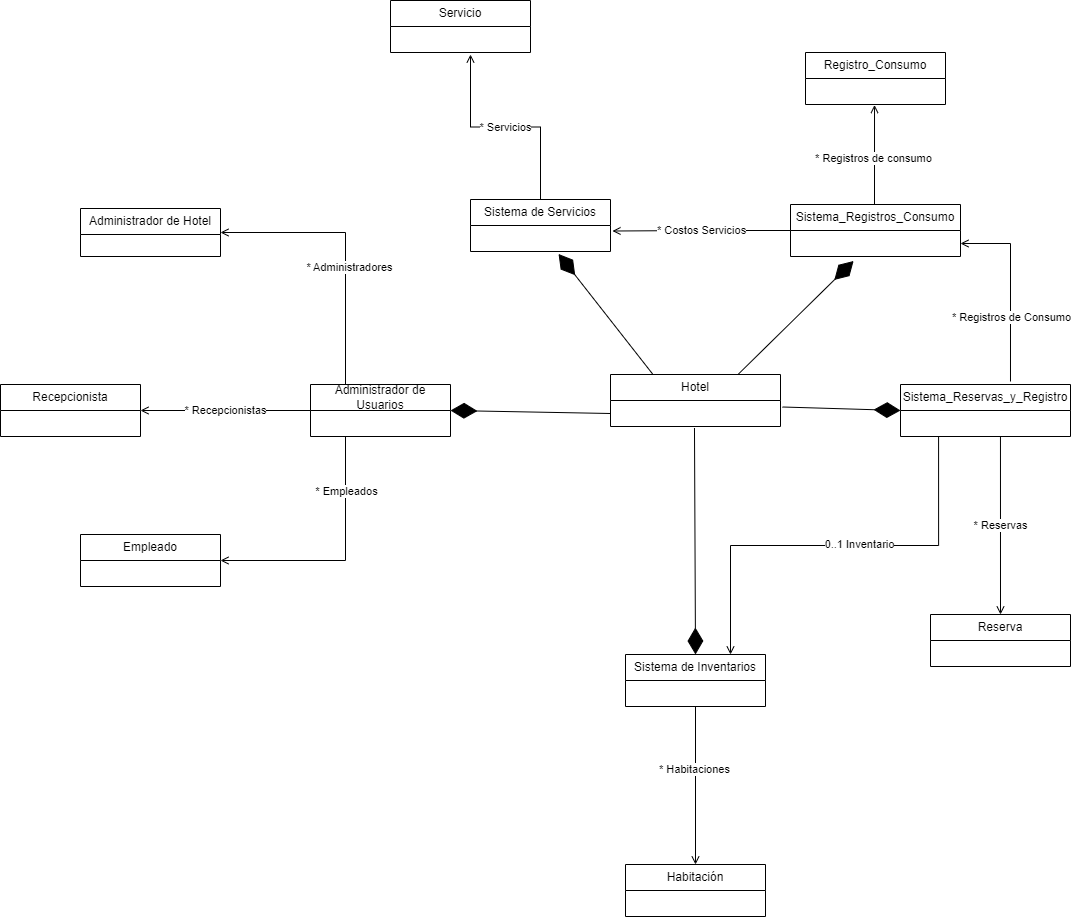
Before: Entrega 2/Diagrama de alto nivel Iteración 2.drawio.png, a diagram exported from draw.io (DPOO-ISIS1226-04-GRUPO01/Proyecto-1). Source tidied: cells renumbered, new cells last; positions are measured from the earlier drawing's top-left corner, leaving out a move shared by most shapes. The source it was exported from:
```xml
<mxGraphModel>
  <root>
    <mxCell id="0" />
    <mxCell id="1" parent="0" />
    <mxCell id="2" value="Hotel" style="swimlane;fontStyle=0;horizontal=1;startSize=26;fillColor=none;whiteSpace=wrap;html=1;" parent="1" vertex="1">
      <mxGeometry x="610" y="374" width="170" height="52" as="geometry" />
    </mxCell>
    <mxCell id="3" value="* Servicios" style="edgeStyle=orthogonalEdgeStyle;rounded=0;jettySize=auto;html=1;exitX=0.5;exitY=0;exitDx=0;exitDy=0;endArrow=open;endFill=0;" parent="1" edge="1" source="4">
      <mxGeometry relative="1" as="geometry">
        <mxPoint x="470" y="54" as="targetPoint" />
      </mxGeometry>
    </mxCell>
    <mxCell id="4" value="Sistema de Servicios" style="swimlane;fontStyle=0;horizontal=1;startSize=26;fillColor=none;whiteSpace=wrap;html=1;" parent="1" vertex="1">
      <mxGeometry x="470" y="199" width="140" height="52" as="geometry" />
    </mxCell>
    <mxCell id="5" value="Sistema de Inventarios" style="swimlane;fontStyle=0;horizontal=1;startSize=26;fillColor=none;whiteSpace=wrap;html=1;" parent="1" vertex="1">
      <mxGeometry x="625" y="654" width="140" height="52" as="geometry" />
    </mxCell>
    <mxCell id="6" value="&lt;br&gt;" style="text;strokeColor=none;fillColor=none;align=left;verticalAlign=top;spacingLeft=4;spacingRight=4;overflow=hidden;points=[[0,0.5],[1,0.5]];portConstraint=eastwest;whiteSpace=wrap;html=1;" parent="5" vertex="1">
      <mxGeometry y="26" width="140" height="26" as="geometry" />
    </mxCell>
    <mxCell id="7" style="edgeStyle=orthogonalEdgeStyle;rounded=0;jettySize=auto;html=1;exitX=0.5;exitY=0;exitDx=0;exitDy=0;entryX=0.493;entryY=1.019;entryDx=0;entryDy=0;entryPerimeter=0;endArrow=open;endFill=0;" parent="1" edge="1" source="10" target="20">
      <mxGeometry relative="1" as="geometry">
        <Array as="points">
          <mxPoint x="874" y="204" />
        </Array>
      </mxGeometry>
    </mxCell>
    <mxCell id="8" value="* Registros de consumo" style="edgeLabel;html=1;align=center;verticalAlign=middle;" parent="7" vertex="1">
      <mxGeometry x="-0.05" y="2" relative="1" as="geometry" />
    </mxCell>
    <mxCell id="9" value="* Costos Servicios" style="edgeStyle=orthogonalEdgeStyle;rounded=0;jettySize=auto;html=1;exitX=0;exitY=0.5;exitDx=0;exitDy=0;entryX=1.014;entryY=0.212;entryDx=0;entryDy=0;entryPerimeter=0;endArrow=open;endFill=0;" parent="1" edge="1" source="10">
      <mxGeometry relative="1" as="geometry">
        <mxPoint x="612" y="230.5" as="targetPoint" />
      </mxGeometry>
    </mxCell>
    <mxCell id="10" value="Sistema_Registros_Consumo" style="swimlane;fontStyle=0;horizontal=1;startSize=26;fillColor=none;whiteSpace=wrap;html=1;" parent="1" vertex="1">
      <mxGeometry x="790" y="204" width="170" height="52" as="geometry" />
    </mxCell>
    <mxCell id="11" value="&lt;br&gt;" style="text;strokeColor=none;fillColor=none;align=left;verticalAlign=top;spacingLeft=4;spacingRight=4;overflow=hidden;points=[[0,0.5],[1,0.5]];portConstraint=eastwest;whiteSpace=wrap;html=1;" parent="10" vertex="1">
      <mxGeometry y="26" width="170" height="26" as="geometry" />
    </mxCell>
    <mxCell id="12" value="Sistema_Reservas_y_Registro" style="swimlane;fontStyle=0;horizontal=1;startSize=26;fillColor=none;whiteSpace=wrap;html=1;" parent="1" vertex="1">
      <mxGeometry x="900" y="384" width="170" height="52" as="geometry" />
    </mxCell>
    <mxCell id="13" value="&lt;br&gt;" style="text;strokeColor=none;fillColor=none;align=left;verticalAlign=top;spacingLeft=4;spacingRight=4;overflow=hidden;points=[[0,0.5],[1,0.5]];portConstraint=eastwest;whiteSpace=wrap;html=1;" parent="12" vertex="1">
      <mxGeometry y="26" width="170" height="26" as="geometry" />
    </mxCell>
    <mxCell id="14" style="endArrow=diamondThin;endFill=1;endSize=24;html=1;rounded=0;exitX=0.75;exitY=0;exitDx=0;exitDy=0;entryX=0.371;entryY=1.173;entryDx=0;entryDy=0;entryPerimeter=0;" parent="1" edge="1" source="2" target="11">
      <mxGeometry relative="1" as="geometry" />
    </mxCell>
    <mxCell id="15" style="endArrow=diamondThin;endFill=1;endSize=24;html=1;rounded=0;exitX=0.25;exitY=0;exitDx=0;exitDy=0;entryX=0.629;entryY=1.096;entryDx=0;entryDy=0;entryPerimeter=0;" parent="1" edge="1" source="2">
      <mxGeometry relative="1" as="geometry">
        <mxPoint x="558.1" y="253.5" as="targetPoint" />
      </mxGeometry>
    </mxCell>
    <mxCell id="16" style="endArrow=diamondThin;endFill=1;endSize=24;html=1;rounded=0;exitX=0;exitY=0.5;exitDx=0;exitDy=0;entryX=1;entryY=0.5;entryDx=0;entryDy=0;" parent="1" edge="1" target="39">
      <mxGeometry relative="1" as="geometry">
        <mxPoint x="610" y="413" as="sourcePoint" />
      </mxGeometry>
    </mxCell>
    <mxCell id="17" style="endArrow=diamondThin;endFill=1;endSize=24;html=1;rounded=0;exitX=0.494;exitY=1.058;exitDx=0;exitDy=0;entryX=0.5;entryY=0;entryDx=0;entryDy=0;exitPerimeter=0;" parent="1" edge="1" target="5">
      <mxGeometry relative="1" as="geometry">
        <mxPoint x="694" y="427.5" as="sourcePoint" />
      </mxGeometry>
    </mxCell>
    <mxCell id="18" style="endArrow=diamondThin;endFill=1;endSize=24;html=1;rounded=0;exitX=1.012;exitY=0.25;exitDx=0;exitDy=0;entryX=0;entryY=0.5;entryDx=0;entryDy=0;exitPerimeter=0;" parent="1" edge="1" target="12">
      <mxGeometry relative="1" as="geometry">
        <mxPoint x="782" y="406.5" as="sourcePoint" />
      </mxGeometry>
    </mxCell>
    <mxCell id="19" value="Registro_Consumo" style="swimlane;fontStyle=0;horizontal=1;startSize=26;fillColor=none;whiteSpace=wrap;html=1;" parent="1" vertex="1">
      <mxGeometry x="805" y="52" width="140" height="52" as="geometry" />
    </mxCell>
    <mxCell id="20" value="&lt;br&gt;" style="text;strokeColor=none;fillColor=none;align=left;verticalAlign=top;spacingLeft=4;spacingRight=4;overflow=hidden;points=[[0,0.5],[1,0.5]];portConstraint=eastwest;whiteSpace=wrap;html=1;" parent="19" vertex="1">
      <mxGeometry y="26" width="140" height="26" as="geometry" />
    </mxCell>
    <mxCell id="21" value="Reserva" style="swimlane;fontStyle=0;horizontal=1;startSize=26;fillColor=none;whiteSpace=wrap;html=1;" parent="1" vertex="1">
      <mxGeometry x="930" y="614" width="140" height="52" as="geometry" />
    </mxCell>
    <mxCell id="22" value="&lt;br&gt;" style="text;strokeColor=none;fillColor=none;align=left;verticalAlign=top;spacingLeft=4;spacingRight=4;overflow=hidden;whiteSpace=wrap;html=1;" parent="21" vertex="1">
      <mxGeometry y="26" width="140" height="26" as="geometry" />
    </mxCell>
    <mxCell id="23" value="* Reservas" style="edgeStyle=orthogonalEdgeStyle;rounded=0;jettySize=auto;html=1;exitX=0.588;exitY=1.019;exitDx=0;exitDy=0;entryX=0.5;entryY=0;entryDx=0;entryDy=0;exitPerimeter=0;endArrow=open;endFill=0;" parent="1" edge="1" source="13" target="21">
      <mxGeometry relative="1" as="geometry" />
    </mxCell>
    <mxCell id="24" value="Habitación" style="swimlane;fontStyle=0;horizontal=1;startSize=26;fillColor=none;whiteSpace=wrap;html=1;" parent="1" vertex="1">
      <mxGeometry x="625" y="864" width="140" height="52" as="geometry" />
    </mxCell>
    <mxCell id="25" value="&lt;br&gt;" style="text;strokeColor=none;fillColor=none;align=left;verticalAlign=top;spacingLeft=4;spacingRight=4;overflow=hidden;whiteSpace=wrap;html=1;" parent="24" vertex="1">
      <mxGeometry y="26" width="140" height="26" as="geometry" />
    </mxCell>
    <mxCell id="26" style="edgeStyle=orthogonalEdgeStyle;rounded=0;jettySize=auto;html=1;exitX=0.5;exitY=0.981;exitDx=0;exitDy=0;exitPerimeter=0;endArrow=open;endFill=0;" parent="1" edge="1" source="6">
      <mxGeometry relative="1" as="geometry">
        <mxPoint x="695" y="864" as="targetPoint" />
      </mxGeometry>
    </mxCell>
    <mxCell id="27" value="* Habitaciones" style="edgeLabel;html=1;align=center;verticalAlign=middle;" parent="26" vertex="1">
      <mxGeometry x="-0.21" y="-2" relative="1" as="geometry" />
    </mxCell>
    <mxCell id="28" value="Servicio" style="swimlane;fontStyle=0;horizontal=1;startSize=26;fillColor=none;whiteSpace=wrap;html=1;" parent="1" vertex="1">
      <mxGeometry x="390" width="140" height="52" as="geometry" />
    </mxCell>
    <mxCell id="29" value="&lt;br&gt;" style="text;strokeColor=none;fillColor=none;align=left;verticalAlign=top;spacingLeft=4;spacingRight=4;overflow=hidden;whiteSpace=wrap;html=1;" parent="28" vertex="1">
      <mxGeometry y="26" width="140" height="26" as="geometry" />
    </mxCell>
    <mxCell id="30" style="edgeStyle=orthogonalEdgeStyle;rounded=0;jettySize=auto;html=1;exitX=0.647;exitY=-0.058;exitDx=0;exitDy=0;entryX=1;entryY=0.5;entryDx=0;entryDy=0;exitPerimeter=0;endArrow=open;endFill=0;" parent="1" edge="1" source="12" target="11">
      <mxGeometry relative="1" as="geometry" />
    </mxCell>
    <mxCell id="31" value="* Registros de Consumo" style="edgeLabel;html=1;align=center;verticalAlign=middle;" parent="30" vertex="1">
      <mxGeometry x="-0.32" y="-1" relative="1" as="geometry" />
    </mxCell>
    <mxCell id="32" style="edgeStyle=orthogonalEdgeStyle;rounded=0;jettySize=auto;html=1;exitX=0.224;exitY=1.019;exitDx=0;exitDy=0;entryX=0.75;entryY=0;entryDx=0;entryDy=0;exitPerimeter=0;endArrow=open;endFill=0;" parent="1" edge="1" source="13" target="5">
      <mxGeometry relative="1" as="geometry" />
    </mxCell>
    <mxCell id="33" value="0..1 Inventario" style="edgeLabel;html=1;align=center;verticalAlign=middle;" parent="32" vertex="1">
      <mxGeometry x="-0.12" y="-3" relative="1" as="geometry">
        <mxPoint y="1" as="offset" />
      </mxGeometry>
    </mxCell>
    <mxCell id="34" style="edgeStyle=orthogonalEdgeStyle;rounded=0;jettySize=auto;html=1;exitX=0.25;exitY=0;exitDx=0;exitDy=0;entryX=1;entryY=0.5;entryDx=0;entryDy=0;endArrow=open;endFill=0;" parent="1" edge="1" source="39" target="41">
      <mxGeometry relative="1" as="geometry" />
    </mxCell>
    <mxCell id="35" value="* Administradores" style="edgeLabel;html=1;align=center;verticalAlign=middle;" parent="34" vertex="1">
      <mxGeometry x="-0.15" y="-3" relative="1" as="geometry" />
    </mxCell>
    <mxCell id="36" value="* Recepcionistas" style="edgeStyle=orthogonalEdgeStyle;rounded=0;jettySize=auto;html=1;exitX=0;exitY=0.5;exitDx=0;exitDy=0;entryX=1;entryY=0.5;entryDx=0;entryDy=0;endArrow=open;endFill=0;" parent="1" edge="1" source="39" target="42">
      <mxGeometry relative="1" as="geometry" />
    </mxCell>
    <mxCell id="37" style="edgeStyle=orthogonalEdgeStyle;rounded=0;jettySize=auto;html=1;exitX=0.25;exitY=1;exitDx=0;exitDy=0;entryX=1;entryY=0.5;entryDx=0;entryDy=0;endArrow=open;endFill=0;" parent="1" edge="1" source="39" target="40">
      <mxGeometry relative="1" as="geometry" />
    </mxCell>
    <mxCell id="38" value="* Empleados" style="edgeLabel;html=1;align=center;verticalAlign=middle;" parent="37" vertex="1">
      <mxGeometry x="-0.57" relative="1" as="geometry" />
    </mxCell>
    <mxCell id="39" value="Administrador de Usuarios" style="swimlane;fontStyle=0;horizontal=1;startSize=26;fillColor=none;whiteSpace=wrap;html=1;" parent="1" vertex="1">
      <mxGeometry x="310" y="384" width="140" height="52" as="geometry" />
    </mxCell>
    <mxCell id="40" value="Empleado" style="swimlane;fontStyle=0;horizontal=1;startSize=26;fillColor=none;whiteSpace=wrap;html=1;" parent="1" vertex="1">
      <mxGeometry x="80" y="534" width="140" height="52" as="geometry" />
    </mxCell>
    <mxCell id="41" value="Administrador de Hotel" style="swimlane;fontStyle=0;horizontal=1;startSize=26;fillColor=none;whiteSpace=wrap;html=1;" parent="1" vertex="1">
      <mxGeometry x="80" y="208" width="140" height="48" as="geometry" />
    </mxCell>
    <mxCell id="42" value="Recepcionista" style="swimlane;fontStyle=0;horizontal=1;startSize=26;fillColor=none;whiteSpace=wrap;html=1;" parent="1" vertex="1">
      <mxGeometry y="384" width="140" height="52" as="geometry" />
    </mxCell>
  </root>
</mxGraphModel>
```
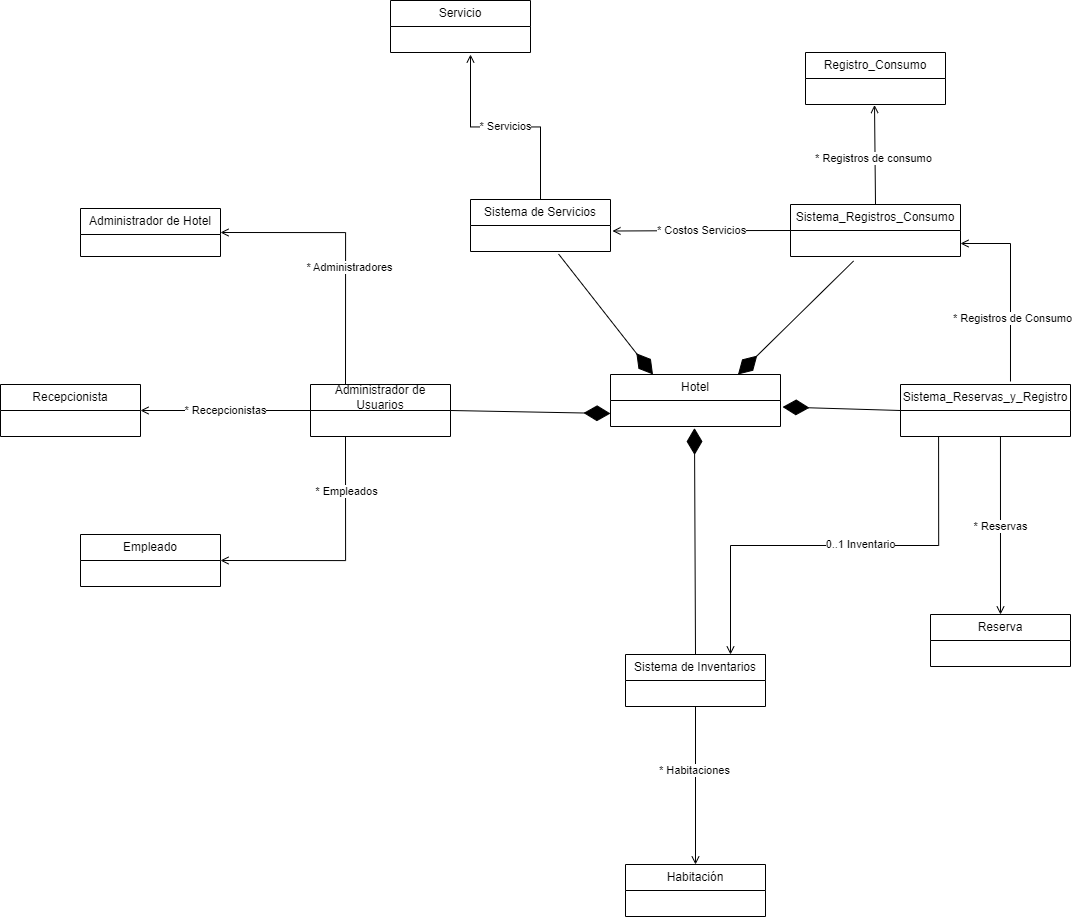
The same diagram one commit later.

What changed in the source:
```diff
@@ -46,27 +46,24 @@
     <mxCell id="13" value="&lt;br&gt;" style="text;strokeColor=none;fillColor=none;align=left;verticalAlign=top;spacingLeft=4;spacingRight=4;overflow=hidden;points=[[0,0.5],[1,0.5]];portConstraint=eastwest;whiteSpace=wrap;html=1;" parent="12" vertex="1">
       <mxGeometry y="26" width="170" height="26" as="geometry" />
     </mxCell>
-    <mxCell id="14" style="endArrow=diamondThin;endFill=1;endSize=24;html=1;rounded=0;exitX=0.75;exitY=0;exitDx=0;exitDy=0;entryX=0.371;entryY=1.173;entryDx=0;entryDy=0;entryPerimeter=0;" parent="1" edge="1" source="2" target="11">
-      <mxGeometry relative="1" as="geometry" />
-    </mxCell>
-    <mxCell id="15" style="endArrow=diamondThin;endFill=1;endSize=24;html=1;rounded=0;exitX=0.25;exitY=0;exitDx=0;exitDy=0;entryX=0.629;entryY=1.096;entryDx=0;entryDy=0;entryPerimeter=0;" parent="1" edge="1" source="2">
+    <mxCell id="15" style="endArrow=diamondThin;endFill=1;endSize=24;html=1;rounded=0;exitX=0.25;exitY=0;exitDx=0;exitDy=0;entryX=0.25;entryY=0;entryDx=0;entryDy=0;" parent="1" edge="1" target="2">
       <mxGeometry relative="1" as="geometry">
-        <mxPoint x="558.1" y="253.5" as="targetPoint" />
+        <mxPoint x="558.1" y="253.5" as="sourcePoint" />
       </mxGeometry>
     </mxCell>
-    <mxCell id="16" style="endArrow=diamondThin;endFill=1;endSize=24;html=1;rounded=0;exitX=0;exitY=0.5;exitDx=0;exitDy=0;entryX=1;entryY=0.5;entryDx=0;entryDy=0;" parent="1" edge="1" target="39">
+    <mxCell id="16" style="endArrow=diamondThin;endFill=1;endSize=24;html=1;rounded=0;exitX=1;exitY=0.5;exitDx=0;exitDy=0;entryX=1;entryY=0.5;entryDx=0;entryDy=0;" parent="1" edge="1" source="39">
       <mxGeometry relative="1" as="geometry">
-        <mxPoint x="610" y="413" as="sourcePoint" />
+        <mxPoint x="610" y="413" as="targetPoint" />
       </mxGeometry>
     </mxCell>
-    <mxCell id="17" style="endArrow=diamondThin;endFill=1;endSize=24;html=1;rounded=0;exitX=0.494;exitY=1.058;exitDx=0;exitDy=0;entryX=0.5;entryY=0;entryDx=0;entryDy=0;exitPerimeter=0;" parent="1" edge="1" target="5">
+    <mxCell id="17" style="endArrow=diamondThin;endFill=1;endSize=24;html=1;rounded=0;exitX=0.5;exitY=0;exitDx=0;exitDy=0;entryX=0.5;entryY=0;entryDx=0;entryDy=0;" parent="1" edge="1" source="5">
       <mxGeometry relative="1" as="geometry">
-        <mxPoint x="694" y="427.5" as="sourcePoint" />
+        <mxPoint x="694" y="427.5" as="targetPoint" />
       </mxGeometry>
     </mxCell>
-    <mxCell id="18" style="endArrow=diamondThin;endFill=1;endSize=24;html=1;rounded=0;exitX=1.012;exitY=0.25;exitDx=0;exitDy=0;entryX=0;entryY=0.5;entryDx=0;entryDy=0;exitPerimeter=0;" parent="1" edge="1" target="12">
+    <mxCell id="18" style="endArrow=diamondThin;endFill=1;endSize=24;html=1;rounded=0;exitX=0;exitY=0.5;exitDx=0;exitDy=0;entryX=0;entryY=0.5;entryDx=0;entryDy=0;" parent="1" edge="1" source="12">
       <mxGeometry relative="1" as="geometry">
-        <mxPoint x="782" y="406.5" as="sourcePoint" />
+        <mxPoint x="782" y="406.5" as="targetPoint" />
       </mxGeometry>
     </mxCell>
     <mxCell id="19" value="Registro_Consumo" style="swimlane;fontStyle=0;horizontal=1;startSize=26;fillColor=none;whiteSpace=wrap;html=1;" parent="1" vertex="1">
@@ -145,5 +142,8 @@
     <mxCell id="42" value="Recepcionista" style="swimlane;fontStyle=0;horizontal=1;startSize=26;fillColor=none;whiteSpace=wrap;html=1;" parent="1" vertex="1">
       <mxGeometry y="384" width="140" height="52" as="geometry" />
     </mxCell>
+    <mxCell id="14" style="endArrow=diamondThin;endFill=1;endSize=24;html=1;rounded=0;exitX=0.371;exitY=1.173;exitDx=0;exitDy=0;entryX=0.75;entryY=0;entryDx=0;entryDy=0;exitPerimeter=0;" parent="1" edge="1" source="11" target="2">
+      <mxGeometry relative="1" as="geometry" />
+    </mxCell>
   </root>
 </mxGraphModel>
```
